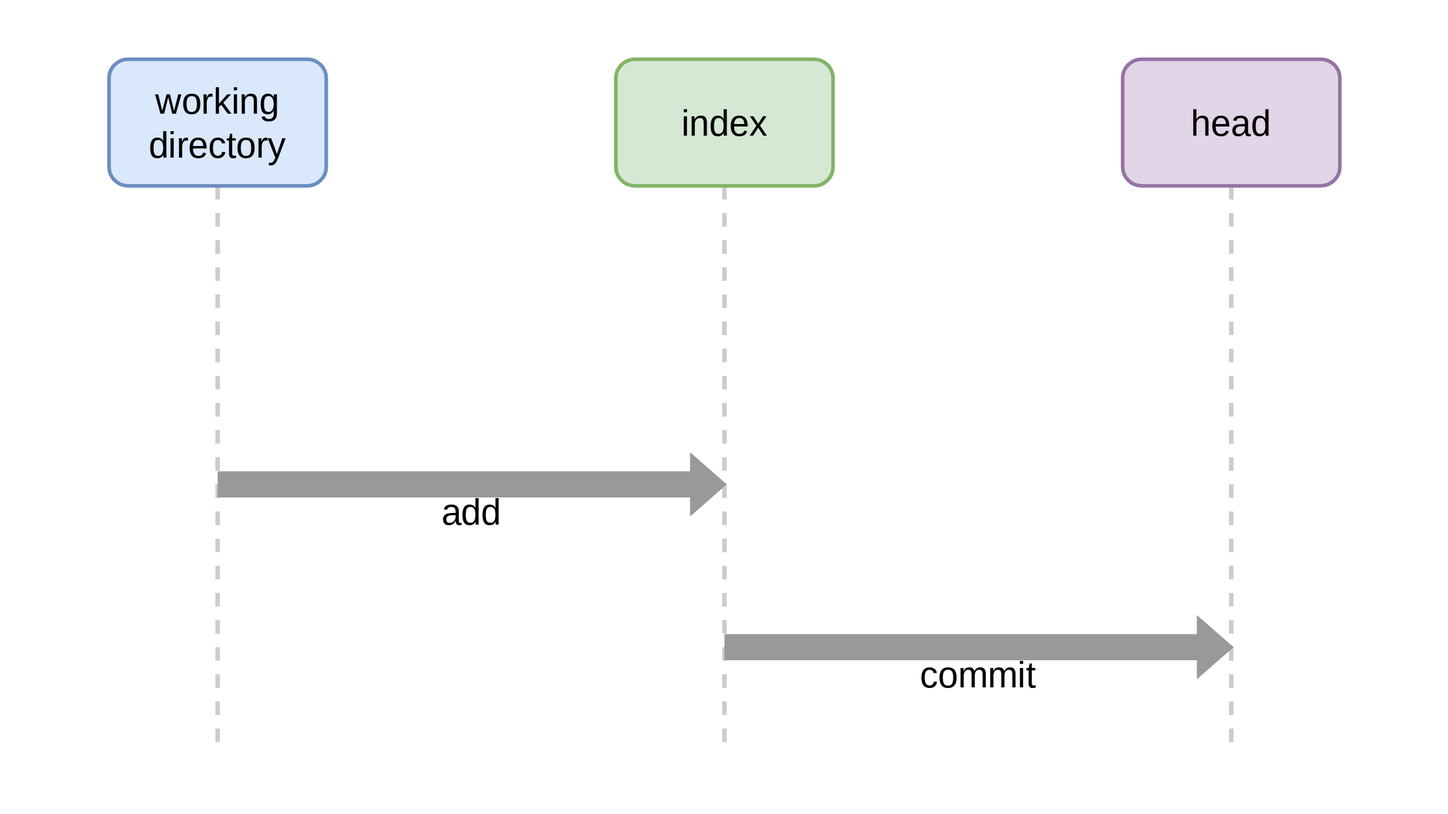
Earlier version of the draw.io export public/git-three-trees-annotated-commit.svg (tvannoy/intro-to-git). Source tidied: cells renumbered, new cells last; positions are measured from the earlier drawing's top-left corner, leaving out a move shared by most shapes. Its diagram source:
```xml
<mxGraphModel>
  <root>
    <mxCell id="0" />
    <mxCell id="1" parent="0" />
    <mxCell id="2" style="edgeStyle=orthogonalEdgeStyle;rounded=0;jettySize=auto;html=1;exitX=0.5;exitY=1;exitDx=0;exitDy=0;labelBackgroundColor=none;strokeColor=#CCCCCC;strokeWidth=5;fontFamily=Source Sans Pro;fontSource=https%3A%2F%2Ffonts.googleapis.com%2Fcss%3Ffamily%3DSource%2BSans%2BPro;fontSize=40;startArrow=none;endArrow=none;endFill=0;fillColor=#999999;startFill=0;dashed=1;" parent="1" edge="1" source="3">
      <mxGeometry relative="1" as="geometry">
        <mxPoint x="120" y="760" as="targetPoint" />
      </mxGeometry>
    </mxCell>
    <mxCell id="3" value="&lt;font face=&quot;Source Sans Pro&quot; style=&quot;font-size: 40px;&quot;&gt;working directory&lt;/font&gt;" style="rounded=1;whiteSpace=wrap;html=1;fillColor=#dae8fc;strokeColor=#6c8ebf;strokeWidth=4;fontSize=40;" parent="1" vertex="1">
      <mxGeometry width="240" height="140" as="geometry" />
    </mxCell>
    <mxCell id="4" style="edgeStyle=orthogonalEdgeStyle;rounded=0;jettySize=auto;html=1;exitX=0.5;exitY=1;exitDx=0;exitDy=0;dashed=1;labelBackgroundColor=none;strokeColor=#CCCCCC;strokeWidth=5;fontFamily=Source Sans Pro;fontSource=https%3A%2F%2Ffonts.googleapis.com%2Fcss%3Ffamily%3DSource%2BSans%2BPro;fontSize=40;startArrow=none;startFill=0;endArrow=none;endFill=0;fillColor=#999999;" parent="1" edge="1" source="5">
      <mxGeometry relative="1" as="geometry">
        <mxPoint x="680" y="760" as="targetPoint" />
      </mxGeometry>
    </mxCell>
    <mxCell id="5" value="&lt;font face=&quot;Source Sans Pro&quot; style=&quot;font-size: 40px;&quot;&gt;index&lt;/font&gt;" style="rounded=1;whiteSpace=wrap;html=1;fillColor=#d5e8d4;strokeColor=#82b366;strokeWidth=4;fontSize=40;" parent="1" vertex="1">
      <mxGeometry x="560" width="240" height="140" as="geometry" />
    </mxCell>
    <mxCell id="6" style="edgeStyle=orthogonalEdgeStyle;rounded=0;jettySize=auto;html=1;exitX=0.5;exitY=1;exitDx=0;exitDy=0;dashed=1;labelBackgroundColor=none;strokeColor=#CCCCCC;strokeWidth=5;fontFamily=Source Sans Pro;fontSource=https%3A%2F%2Ffonts.googleapis.com%2Fcss%3Ffamily%3DSource%2BSans%2BPro;fontSize=40;startArrow=none;startFill=0;endArrow=none;endFill=0;fillColor=#999999;" parent="1" edge="1" source="7">
      <mxGeometry relative="1" as="geometry">
        <mxPoint x="1240" y="770" as="targetPoint" />
      </mxGeometry>
    </mxCell>
    <mxCell id="7" value="&lt;font face=&quot;Source Sans Pro&quot; style=&quot;font-size: 40px;&quot;&gt;head&lt;/font&gt;" style="rounded=1;whiteSpace=wrap;html=1;fillColor=#e1d5e7;strokeColor=#9673a6;strokeWidth=4;fontSize=40;" parent="1" vertex="1">
      <mxGeometry x="1120" width="240" height="140" as="geometry" />
    </mxCell>
    <mxCell id="8" value="commit" style="shape=flexArrow;endArrow=none;html=1;rounded=0;fontFamily=Source Sans Pro;fontSource=https%3A%2F%2Ffonts.googleapis.com%2Fcss%3Ffamily%3DSource%2BSans%2BPro;fontSize=40;strokeWidth=10;fillColor=#999999;strokeColor=#999999;labelBackgroundColor=none;spacingTop=60;startArrow=block;endFill=0;" parent="1" edge="1">
      <mxGeometry relative="1" as="geometry">
        <mxPoint x="1240" y="650" as="sourcePoint" />
        <mxPoint x="680" y="650" as="targetPoint" />
      </mxGeometry>
    </mxCell>
    <mxCell id="9" value="add" style="shape=flexArrow;endArrow=none;html=1;rounded=0;fontFamily=Source Sans Pro;fontSource=https%3A%2F%2Ffonts.googleapis.com%2Fcss%3Ffamily%3DSource%2BSans%2BPro;fontSize=40;strokeWidth=10;fillColor=#999999;strokeColor=#999999;labelBackgroundColor=none;spacingTop=60;startArrow=block;endFill=0;" parent="1" edge="1">
      <mxGeometry relative="1" as="geometry">
        <mxPoint x="680" y="470" as="sourcePoint" />
        <mxPoint x="120" y="470" as="targetPoint" />
      </mxGeometry>
    </mxCell>
  </root>
</mxGraphModel>
```
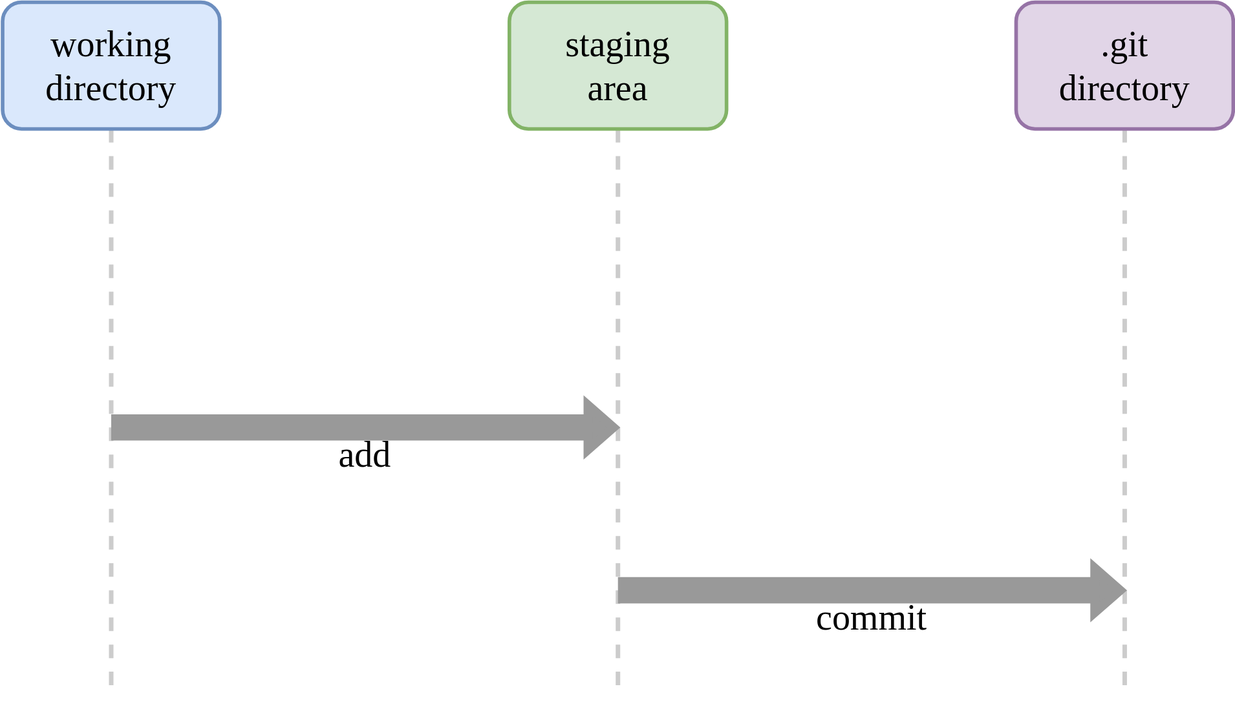
After the commit.

Commit message:
update "three tree" names to be more clear

The edit, as a diff of the source:
```diff
@@ -2,37 +2,40 @@
   <root>
     <mxCell id="0" />
     <mxCell id="1" parent="0" />
+    <mxCell id="10" style="group;" parent="1" vertex="1">
+      <mxGeometry width="1360" height="770" as="geometry" />
+    </mxCell>
-    <mxCell id="2" style="edgeStyle=orthogonalEdgeStyle;rounded=0;jettySize=auto;html=1;exitX=0.5;exitY=1;exitDx=0;exitDy=0;labelBackgroundColor=none;strokeColor=#CCCCCC;strokeWidth=5;fontFamily=Source Sans Pro;fontSource=https%3A%2F%2Ffonts.googleapis.com%2Fcss%3Ffamily%3DSource%2BSans%2BPro;fontSize=40;startArrow=none;endArrow=none;endFill=0;fillColor=#999999;startFill=0;dashed=1;" parent="1" edge="1" source="3">
+    <mxCell id="2" style="edgeStyle=orthogonalEdgeStyle;rounded=0;jettySize=auto;html=1;exitX=0.5;exitY=1;exitDx=0;exitDy=0;labelBackgroundColor=none;strokeColor=#CCCCCC;strokeWidth=5;fontFamily=Source Sans Pro;fontSource=https%3A%2F%2Ffonts.googleapis.com%2Fcss%3Ffamily%3DSource%2BSans%2BPro;fontSize=40;startArrow=none;endArrow=none;endFill=0;fillColor=#999999;startFill=0;dashed=1;" parent="10" edge="1" source="3">
       <mxGeometry relative="1" as="geometry">
         <mxPoint x="120" y="760" as="targetPoint" />
       </mxGeometry>
     </mxCell>
-    <mxCell id="3" value="&lt;font face=&quot;Source Sans Pro&quot; style=&quot;font-size: 40px;&quot;&gt;working directory&lt;/font&gt;" style="rounded=1;whiteSpace=wrap;html=1;fillColor=#dae8fc;strokeColor=#6c8ebf;strokeWidth=4;fontSize=40;" parent="1" vertex="1">
+    <mxCell id="3" value="&lt;font face=&quot;Source Sans Pro&quot; style=&quot;font-size: 40px;&quot;&gt;working directory&lt;/font&gt;" style="rounded=1;whiteSpace=wrap;html=1;fillColor=#dae8fc;strokeColor=#6c8ebf;strokeWidth=4;fontSize=40;" parent="10" vertex="1">
       <mxGeometry width="240" height="140" as="geometry" />
     </mxCell>
-    <mxCell id="4" style="edgeStyle=orthogonalEdgeStyle;rounded=0;jettySize=auto;html=1;exitX=0.5;exitY=1;exitDx=0;exitDy=0;dashed=1;labelBackgroundColor=none;strokeColor=#CCCCCC;strokeWidth=5;fontFamily=Source Sans Pro;fontSource=https%3A%2F%2Ffonts.googleapis.com%2Fcss%3Ffamily%3DSource%2BSans%2BPro;fontSize=40;startArrow=none;startFill=0;endArrow=none;endFill=0;fillColor=#999999;" parent="1" edge="1" source="5">
+    <mxCell id="4" style="edgeStyle=orthogonalEdgeStyle;rounded=0;jettySize=auto;html=1;exitX=0.5;exitY=1;exitDx=0;exitDy=0;dashed=1;labelBackgroundColor=none;strokeColor=#CCCCCC;strokeWidth=5;fontFamily=Source Sans Pro;fontSource=https%3A%2F%2Ffonts.googleapis.com%2Fcss%3Ffamily%3DSource%2BSans%2BPro;fontSize=40;startArrow=none;startFill=0;endArrow=none;endFill=0;fillColor=#999999;" parent="10" edge="1" source="5">
       <mxGeometry relative="1" as="geometry">
         <mxPoint x="680" y="760" as="targetPoint" />
       </mxGeometry>
     </mxCell>
-    <mxCell id="5" value="&lt;font face=&quot;Source Sans Pro&quot; style=&quot;font-size: 40px;&quot;&gt;index&lt;/font&gt;" style="rounded=1;whiteSpace=wrap;html=1;fillColor=#d5e8d4;strokeColor=#82b366;strokeWidth=4;fontSize=40;" parent="1" vertex="1">
+    <mxCell id="5" value="&lt;font face=&quot;Source Sans Pro&quot; style=&quot;font-size: 40px;&quot;&gt;staging&lt;br&gt;area&lt;br&gt;&lt;/font&gt;" style="rounded=1;whiteSpace=wrap;html=1;fillColor=#d5e8d4;strokeColor=#82b366;strokeWidth=4;fontSize=40;" parent="10" vertex="1">
       <mxGeometry x="560" width="240" height="140" as="geometry" />
     </mxCell>
-    <mxCell id="6" style="edgeStyle=orthogonalEdgeStyle;rounded=0;jettySize=auto;html=1;exitX=0.5;exitY=1;exitDx=0;exitDy=0;dashed=1;labelBackgroundColor=none;strokeColor=#CCCCCC;strokeWidth=5;fontFamily=Source Sans Pro;fontSource=https%3A%2F%2Ffonts.googleapis.com%2Fcss%3Ffamily%3DSource%2BSans%2BPro;fontSize=40;startArrow=none;startFill=0;endArrow=none;endFill=0;fillColor=#999999;" parent="1" edge="1" source="7">
+    <mxCell id="6" style="edgeStyle=orthogonalEdgeStyle;rounded=0;jettySize=auto;html=1;exitX=0.5;exitY=1;exitDx=0;exitDy=0;dashed=1;labelBackgroundColor=none;strokeColor=#CCCCCC;strokeWidth=5;fontFamily=Source Sans Pro;fontSource=https%3A%2F%2Ffonts.googleapis.com%2Fcss%3Ffamily%3DSource%2BSans%2BPro;fontSize=40;startArrow=none;startFill=0;endArrow=none;endFill=0;fillColor=#999999;" parent="10" edge="1" source="7">
       <mxGeometry relative="1" as="geometry">
         <mxPoint x="1240" y="770" as="targetPoint" />
       </mxGeometry>
     </mxCell>
-    <mxCell id="7" value="&lt;font face=&quot;Source Sans Pro&quot; style=&quot;font-size: 40px;&quot;&gt;head&lt;/font&gt;" style="rounded=1;whiteSpace=wrap;html=1;fillColor=#e1d5e7;strokeColor=#9673a6;strokeWidth=4;fontSize=40;" parent="1" vertex="1">
+    <mxCell id="7" value="&lt;font face=&quot;Source Sans Pro&quot; style=&quot;font-size: 40px;&quot;&gt;.git&lt;br&gt;directory&lt;br&gt;&lt;/font&gt;" style="rounded=1;whiteSpace=wrap;html=1;fillColor=#e1d5e7;strokeColor=#9673a6;strokeWidth=4;fontSize=40;" parent="10" vertex="1">
       <mxGeometry x="1120" width="240" height="140" as="geometry" />
     </mxCell>
-    <mxCell id="8" value="commit" style="shape=flexArrow;endArrow=none;html=1;rounded=0;fontFamily=Source Sans Pro;fontSource=https%3A%2F%2Ffonts.googleapis.com%2Fcss%3Ffamily%3DSource%2BSans%2BPro;fontSize=40;strokeWidth=10;fillColor=#999999;strokeColor=#999999;labelBackgroundColor=none;spacingTop=60;startArrow=block;endFill=0;" parent="1" edge="1">
+    <mxCell id="8" value="commit" style="shape=flexArrow;endArrow=none;html=1;rounded=0;fontFamily=Source Sans Pro;fontSource=https%3A%2F%2Ffonts.googleapis.com%2Fcss%3Ffamily%3DSource%2BSans%2BPro;fontSize=40;strokeWidth=10;fillColor=#999999;strokeColor=#999999;labelBackgroundColor=none;spacingTop=60;startArrow=block;endFill=0;" parent="10" edge="1">
       <mxGeometry relative="1" as="geometry">
         <mxPoint x="1240" y="650" as="sourcePoint" />
         <mxPoint x="680" y="650" as="targetPoint" />
       </mxGeometry>
     </mxCell>
-    <mxCell id="9" value="add" style="shape=flexArrow;endArrow=none;html=1;rounded=0;fontFamily=Source Sans Pro;fontSource=https%3A%2F%2Ffonts.googleapis.com%2Fcss%3Ffamily%3DSource%2BSans%2BPro;fontSize=40;strokeWidth=10;fillColor=#999999;strokeColor=#999999;labelBackgroundColor=none;spacingTop=60;startArrow=block;endFill=0;" parent="1" edge="1">
+    <mxCell id="9" value="add" style="shape=flexArrow;endArrow=none;html=1;rounded=0;fontFamily=Source Sans Pro;fontSource=https%3A%2F%2Ffonts.googleapis.com%2Fcss%3Ffamily%3DSource%2BSans%2BPro;fontSize=40;strokeWidth=10;fillColor=#999999;strokeColor=#999999;labelBackgroundColor=none;spacingTop=60;startArrow=block;endFill=0;" parent="10" edge="1">
       <mxGeometry relative="1" as="geometry">
         <mxPoint x="680" y="470" as="sourcePoint" />
         <mxPoint x="120" y="470" as="targetPoint" />
```
